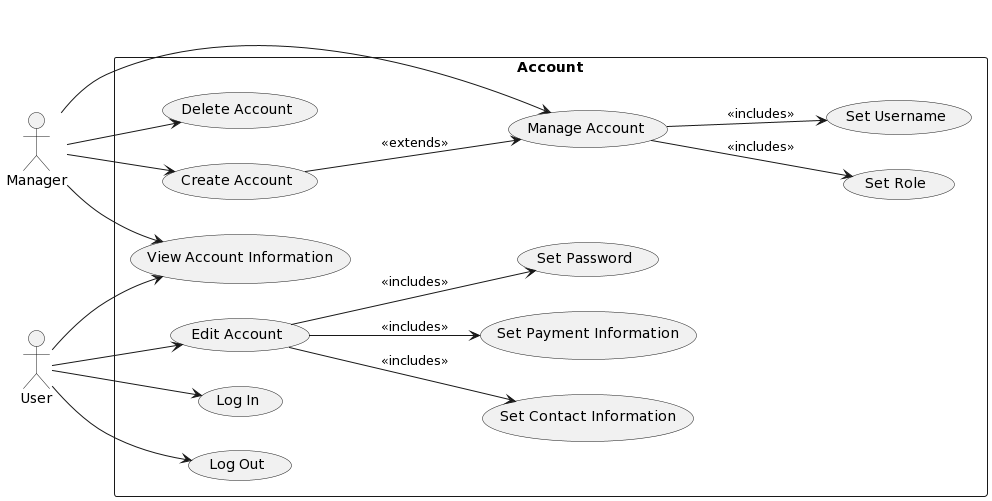
Uvic-SENG321Spring2024/team8-developer keeps this PlantUML diagram as diagrams/accounts.png. Above is the earlier version. The source it was exported from:
```plantuml
@startuml
left to right direction
actor "Manager" as mc
actor "User" as ec
rectangle Account {
  usecase "Delete Account" as UC1
  usecase "Manage Account" as UC2
  usecase "Create Account" as UC3
  usecase "Set Contact Information" as UC4
  usecase "Set Role" as UC5
  usecase "Set Payment Information" as UC6


  usecase "View Account Information" as UC8

  usecase "Edit Account" as UC9

  usecase "Set Password" as UC10
  usecase "Set Username" as UC11
  usecase "Log In" as UC12
  usecase "Log Out" as UC13

}


mc --> UC1
mc --> UC2
mc --> UC3



UC9 --> UC6 : <<includes>>
UC9 --> UC10: <<includes>>

(UC3) --> (UC2) : <<extends>>


UC2 --> UC5 : <<includes>>
UC9 --> UC4 : <<includes>>

UC2 --> UC11: <<includes>>


ec --> UC8
mc --> UC8

ec --> UC9

ec --> UC12
ec --> UC13
@enduml
```
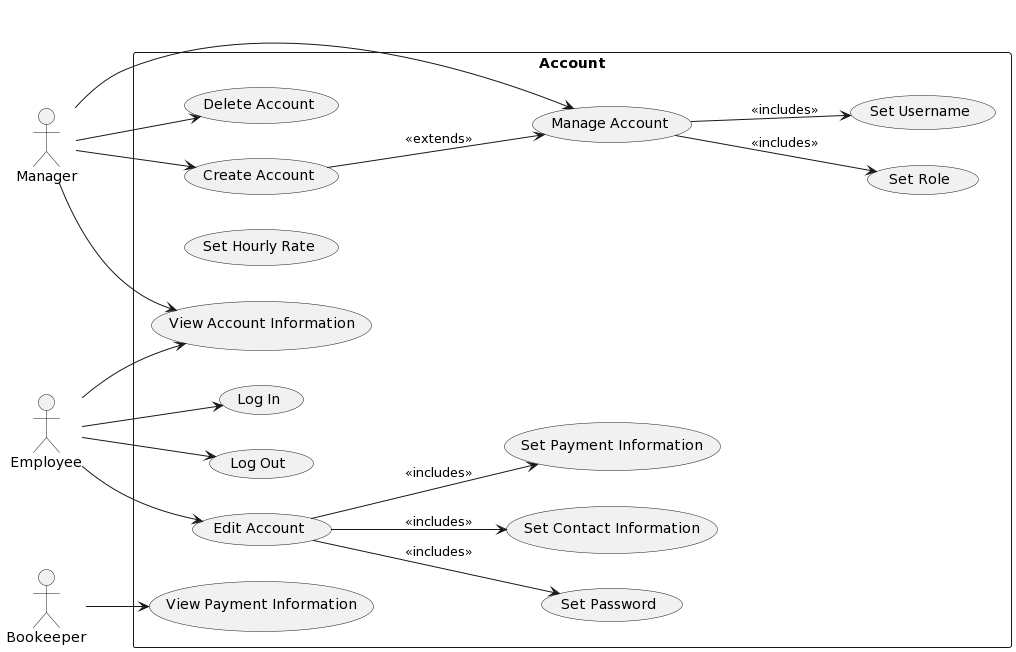
Later version of the same file.

Commit message:
Edit accounts use case diagram to include Bookeeper

The edit, as a diff of the source:
```diff
@@ -1,7 +1,8 @@
 @startuml
 left to right direction
 actor "Manager" as mc
-actor "User" as ec
+actor "Employee" as ec
+actor "Bookeeper" as bc
 rectangle Account {
   usecase "Delete Account" as UC1
   usecase "Manage Account" as UC2
@@ -9,7 +10,7 @@
   usecase "Set Contact Information" as UC4
   usecase "Set Role" as UC5
   usecase "Set Payment Information" as UC6
-
+  usecase "Set Hourly Rate" as UC7
 
   usecase "View Account Information" as UC8
 
@@ -19,6 +20,8 @@
   usecase "Set Username" as UC11
   usecase "Log In" as UC12
   usecase "Log Out" as UC13
+
+  usecase "View Payment Information" as UC14
 
 }
 
@@ -48,4 +51,6 @@
 
 ec --> UC12
 ec --> UC13
+
+bc --> UC14
 @enduml
```
